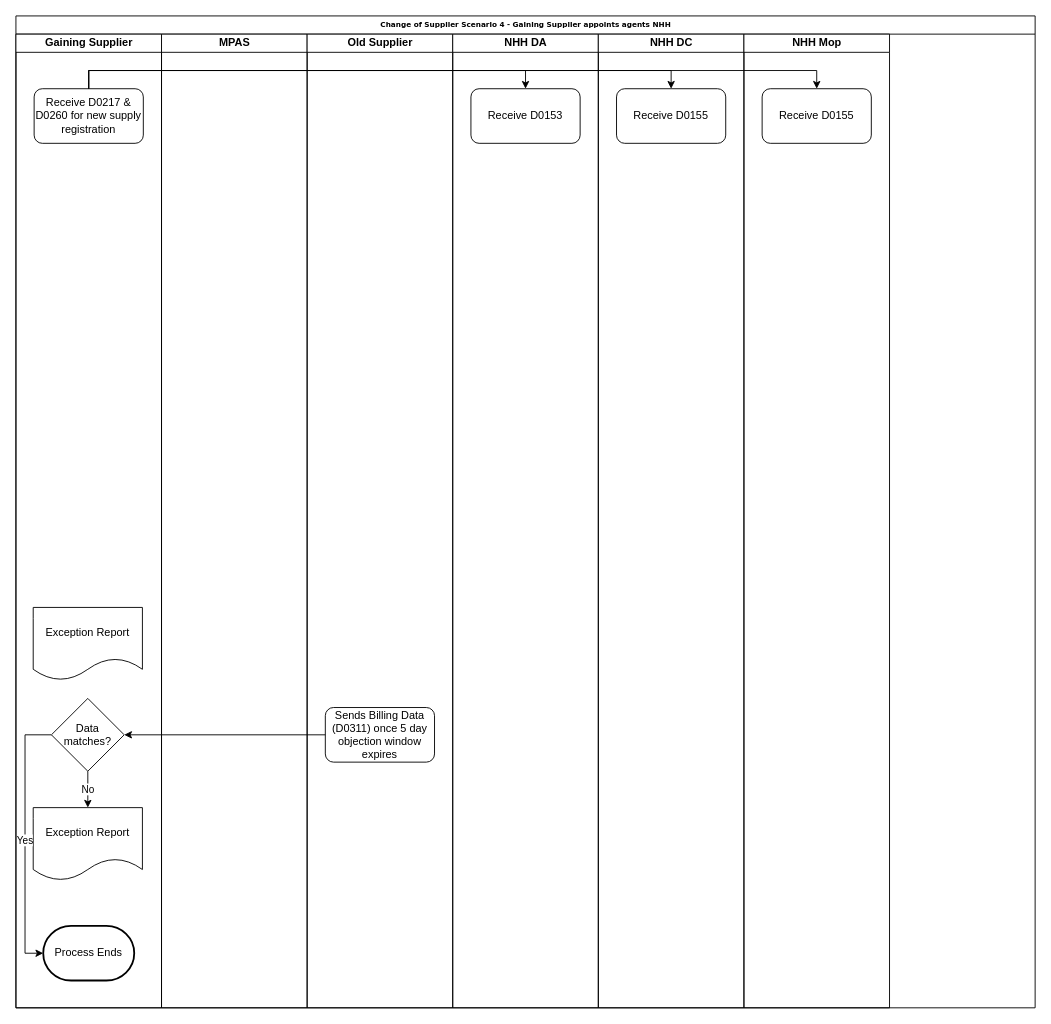
The draw.io diagram Gaining Customer Electricity Scenario 4.drawio in andykanu/energy-business-processes, before the edit. Source tidied: cells renumbered, new cells numbered last; positions are measured from the earlier drawing's top-left corner, leaving out a move shared by most shapes. Both pictures are drawn from the tidied source at 91%, with x=0, y=0 at pixel (15, 15).
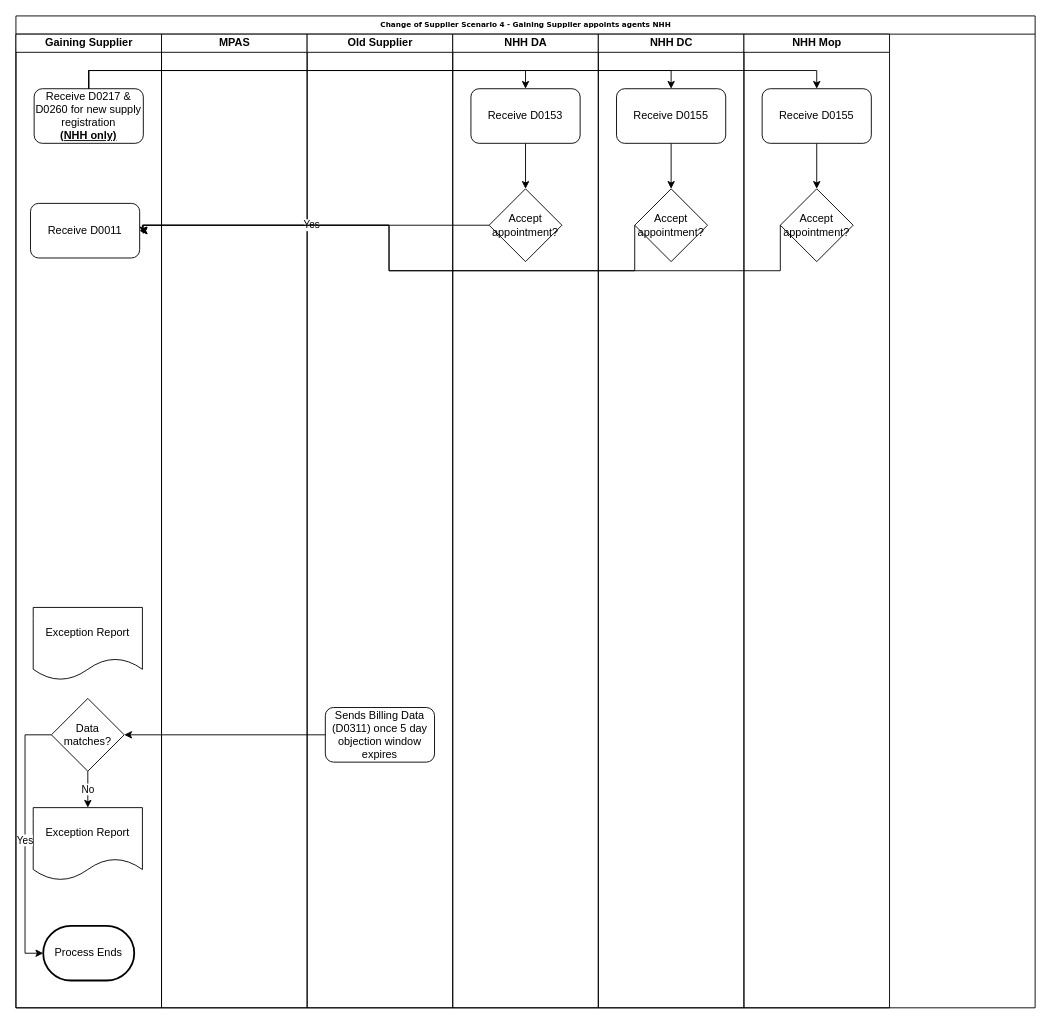
After the change.

The change refers to these unchanged cells:
```xml
<mxCell id="2" value="Change of Supplier Scenario 4 - Gaining Supplier appoints agents NHH" style="swimlane;html=1;startSize=20;rounded=0;shadow=0;labelBackgroundColor=none;strokeColor=#000000;strokeWidth=1;fillColor=#ffffff;fontFamily=Verdana;fontSize=8;fontColor=#000000;align=center;" parent="1" vertex="1">
  <mxGeometry width="1120" height="1090" as="geometry" />
</mxCell>
<mxCell id="3" value="Gaining Supplier" style="swimlane;html=1;startSize=20;" parent="2" vertex="1">
  <mxGeometry y="20" width="160" height="1070" as="geometry" />
</mxCell>
<mxCell id="15" value="NHH DA" style="swimlane;html=1;startSize=20;" parent="2" vertex="1">
  <mxGeometry x="480" y="20" width="160" height="1070" as="geometry" />
</mxCell>
<mxCell id="16" value="Receive D0153" style="rounded=1;whiteSpace=wrap;html=1;" parent="15" vertex="1">
  <mxGeometry x="20" y="60" width="120" height="60" as="geometry" />
</mxCell>
<mxCell id="17" value="NHH DC" style="swimlane;html=1;startSize=20;" parent="2" vertex="1">
  <mxGeometry x="640" y="20" width="160" height="1070" as="geometry" />
</mxCell>
<mxCell id="18" value="Receive D0155" style="rounded=1;whiteSpace=wrap;html=1;" parent="17" vertex="1">
  <mxGeometry x="20" y="60" width="120" height="60" as="geometry" />
</mxCell>
<mxCell id="19" value="NHH Mop" style="swimlane;html=1;startSize=20;" parent="2" vertex="1">
  <mxGeometry x="800" y="20" width="160" height="1070" as="geometry" />
</mxCell>
<mxCell id="20" value="Receive D0155" style="rounded=1;whiteSpace=wrap;html=1;" parent="19" vertex="1">
  <mxGeometry x="20" y="60" width="120" height="60" as="geometry" />
</mxCell>
```

Diff of the diagram source:
```diff
@@
-    <mxCell id="4" value="Receive D0217 &amp;amp; D0260 for new supply registration" style="rounded=1;whiteSpace=wrap;html=1;" parent="3" vertex="1">
+    <mxCell id="4" value="Receive D0217 &amp;amp; D0260 for new supply registration &lt;br&gt;&lt;b&gt;&lt;u&gt;(NHH only)&lt;/u&gt;&lt;/b&gt;" style="rounded=1;whiteSpace=wrap;html=1;" parent="3" vertex="1">
       <mxGeometry x="20" y="60" width="120" height="60" as="geometry" />
     </mxCell>
@@
+    <mxCell id="25" value="Receive D0011" style="rounded=1;whiteSpace=wrap;html=1;" parent="3" vertex="1">
+      <mxGeometry x="16" y="186" width="120" height="60" as="geometry" />
+    </mxCell>
@@
+    <mxCell id="26" style="edgeStyle=orthogonalEdgeStyle;rounded=0;jettySize=auto;html=1;exitX=0.5;exitY=1;exitDx=0;exitDy=0;" parent="15" edge="1" source="16" target="27">
+      <mxGeometry relative="1" as="geometry" />
+    </mxCell>
@@
+    <mxCell id="27" value="Accept appointment?" style="rhombus;whiteSpace=wrap;html=1;" parent="15" vertex="1">
+      <mxGeometry x="40" y="170" width="80" height="80" as="geometry" />
+    </mxCell>
@@
+    <mxCell id="28" style="edgeStyle=orthogonalEdgeStyle;rounded=0;jettySize=auto;html=1;exitX=0.5;exitY=1;exitDx=0;exitDy=0;" parent="17" edge="1" source="18" target="29">
+      <mxGeometry relative="1" as="geometry" />
+    </mxCell>
@@
+    <mxCell id="29" value="Accept appointment?" style="rhombus;whiteSpace=wrap;html=1;" parent="17" vertex="1">
+      <mxGeometry x="40" y="170" width="80" height="80" as="geometry" />
+    </mxCell>
@@
+    <mxCell id="30" style="edgeStyle=orthogonalEdgeStyle;rounded=0;jettySize=auto;html=1;exitX=0.5;exitY=1;exitDx=0;exitDy=0;" parent="19" edge="1" source="20" target="31">
+      <mxGeometry relative="1" as="geometry" />
+    </mxCell>
@@
+    <mxCell id="31" value="Accept appointment?" style="rhombus;whiteSpace=wrap;html=1;" parent="19" vertex="1">
+      <mxGeometry x="40" y="170" width="80" height="80" as="geometry" />
+    </mxCell>
@@
+    <mxCell id="32" value="Yes" style="edgeStyle=orthogonalEdgeStyle;rounded=0;jettySize=auto;html=1;exitX=0;exitY=0.5;exitDx=0;exitDy=0;entryX=1;entryY=0.5;entryDx=0;entryDy=0;" parent="2" edge="1" source="27" target="25">
+      <mxGeometry relative="1" as="geometry">
+        <Array as="points">
+          <mxPoint x="139" y="230" />
+        </Array>
+      </mxGeometry>
+    </mxCell>
+    <mxCell id="33" style="edgeStyle=orthogonalEdgeStyle;rounded=0;jettySize=auto;html=1;exitX=0;exitY=0.5;exitDx=0;exitDy=0;entryX=1;entryY=0.5;entryDx=0;entryDy=0;" parent="2" edge="1" source="29" target="25">
+      <mxGeometry relative="1" as="geometry">
+        <Array as="points">
+          <mxPoint x="680" y="280" />
+          <mxPoint x="410" y="280" />
+          <mxPoint x="410" y="230" />
+          <mxPoint x="139" y="230" />
+        </Array>
+      </mxGeometry>
+    </mxCell>
+    <mxCell id="34" style="edgeStyle=orthogonalEdgeStyle;rounded=0;jettySize=auto;html=1;exitX=0;exitY=0.5;exitDx=0;exitDy=0;" parent="1" edge="1" source="31">
+      <mxGeometry relative="1" as="geometry">
+        <mxPoint x="140" y="240" as="targetPoint" />
+        <Array as="points">
+          <mxPoint x="840" y="280" />
+          <mxPoint x="410" y="280" />
+          <mxPoint x="410" y="230" />
+          <mxPoint x="140" y="230" />
+        </Array>
+      </mxGeometry>
+    </mxCell>
```
